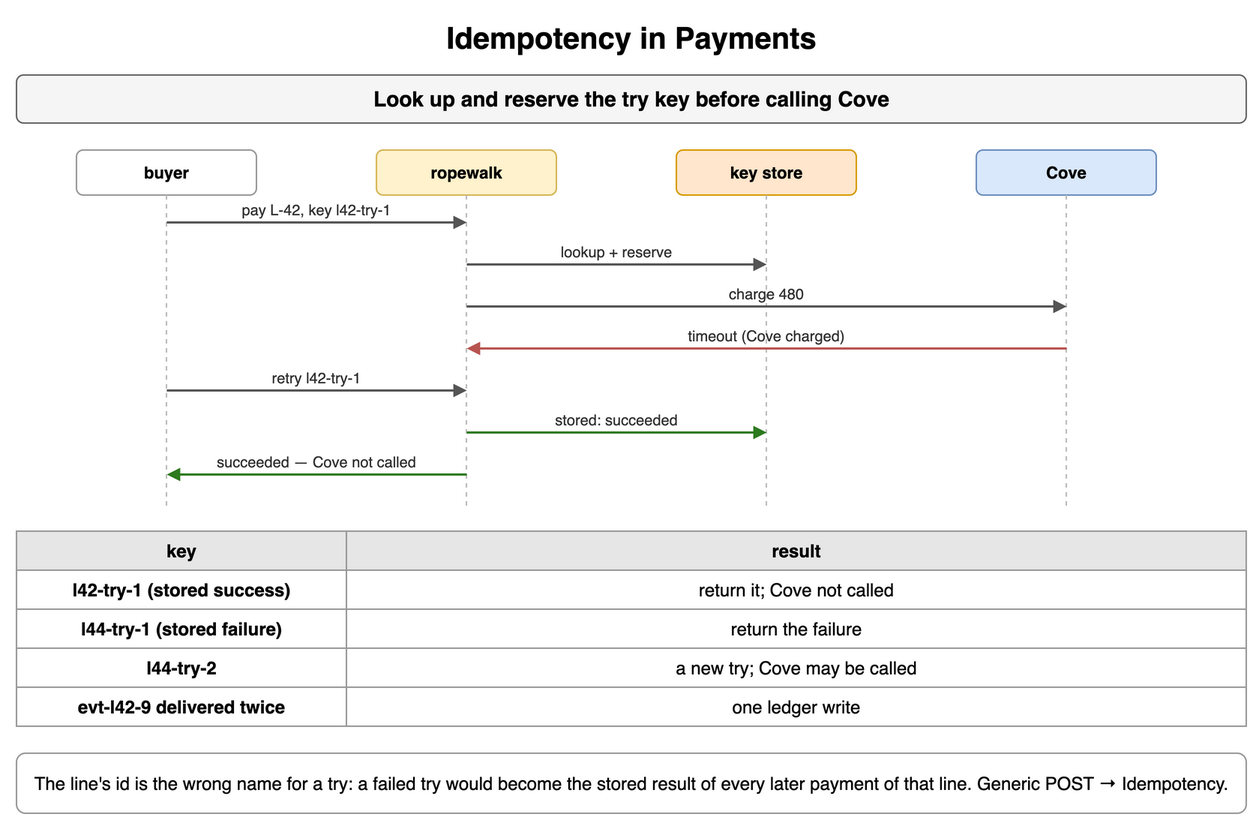
Above: content/09_System_Design_Interview/23_Payment_and_Financial_Systems/diagrams/payments-1-idempotency-in-payments.png in amendez13/swe-study-guide (draw.io), before the change. Source tidied: cells renumbered, new cells last; positions are measured from the earlier drawing's top-left corner, leaving out a move shared by most shapes.
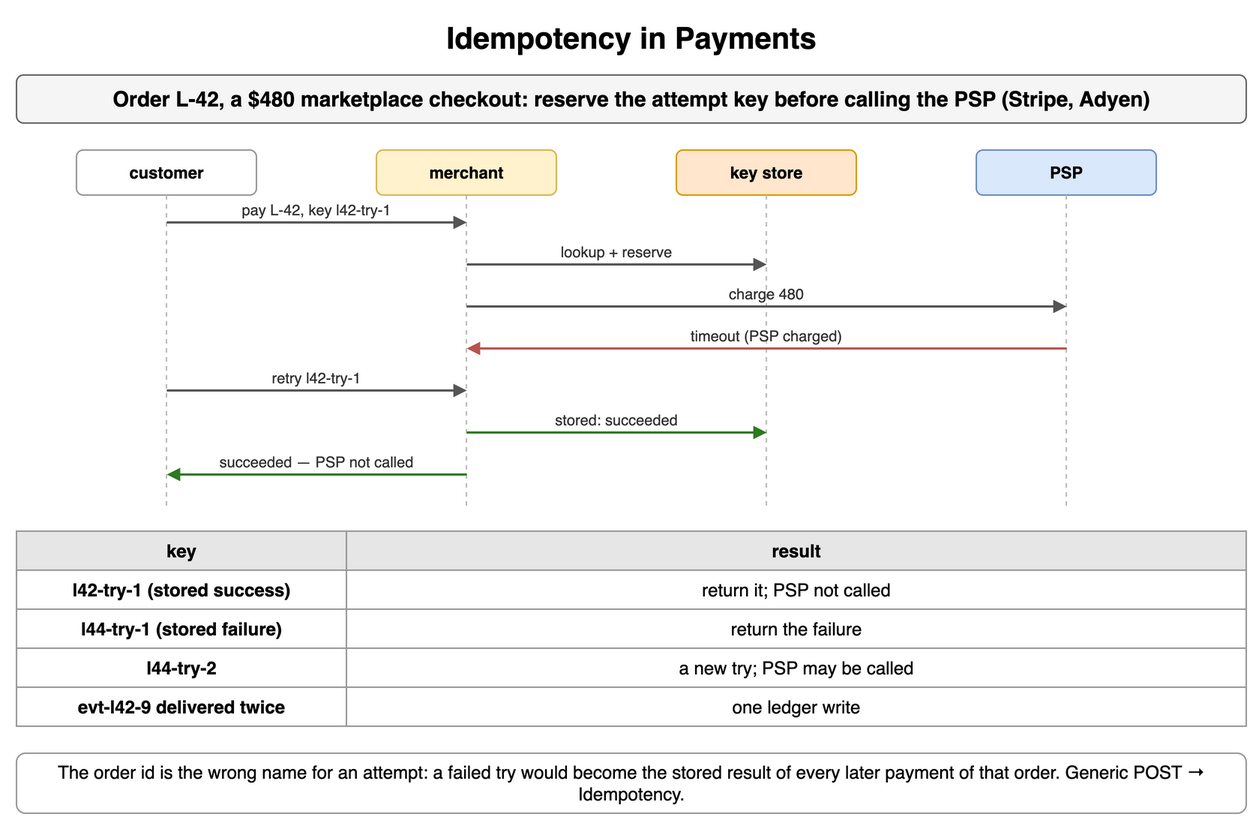
The same file after the commit.

What changed in the source:
```diff
@@ -5,19 +5,19 @@
     <mxCell id="2" value="Idempotency in Payments" style="text;html=1;align=center;verticalAlign=middle;whiteSpace=wrap;fontSize=20;fontStyle=1;" parent="1" vertex="1">
       <mxGeometry width="820" height="30" as="geometry" />
     </mxCell>
-    <mxCell id="3" value="Look up and reserve the try key before calling Cove" style="rounded=1;whiteSpace=wrap;html=1;fillColor=#f5f5f5;strokeColor=#666666;fontStyle=1;fontSize=14;" parent="1" vertex="1">
+    <mxCell id="3" value="Order L-42, a $480 marketplace checkout: reserve the attempt key before calling the PSP (Stripe, Adyen)" style="rounded=1;whiteSpace=wrap;html=1;fillColor=#f5f5f5;strokeColor=#666666;fontStyle=1;fontSize=14;" parent="1" vertex="1">
       <mxGeometry y="40" width="820" height="32" as="geometry" />
     </mxCell>
-    <mxCell id="4" value="buyer" style="rounded=1;whiteSpace=wrap;html=1;fillColor=#ffffff;strokeColor=#999999;fontSize=11;align=center;fontStyle=1;" parent="1" vertex="1">
+    <mxCell id="4" value="customer" style="rounded=1;whiteSpace=wrap;html=1;fillColor=#ffffff;strokeColor=#999999;fontSize=11;align=center;fontStyle=1;" parent="1" vertex="1">
       <mxGeometry x="40" y="90" width="120" height="30" as="geometry" />
     </mxCell>
-    <mxCell id="5" value="ropewalk" style="rounded=1;whiteSpace=wrap;html=1;fillColor=#fff2cc;strokeColor=#d6b656;fontSize=11;align=center;fontStyle=1;" parent="1" vertex="1">
+    <mxCell id="5" value="merchant" style="rounded=1;whiteSpace=wrap;html=1;fillColor=#fff2cc;strokeColor=#d6b656;fontSize=11;align=center;fontStyle=1;" parent="1" vertex="1">
       <mxGeometry x="240" y="90" width="120" height="30" as="geometry" />
     </mxCell>
     <mxCell id="6" value="key store" style="rounded=1;whiteSpace=wrap;html=1;fillColor=#ffe6cc;strokeColor=#d79b00;fontSize=11;align=center;fontStyle=1;" parent="1" vertex="1">
       <mxGeometry x="440" y="90" width="120" height="30" as="geometry" />
     </mxCell>
-    <mxCell id="7" value="Cove" style="rounded=1;whiteSpace=wrap;html=1;fillColor=#dae8fc;strokeColor=#6c8ebf;fontSize=11;align=center;fontStyle=1;" parent="1" vertex="1">
+    <mxCell id="7" value="PSP" style="rounded=1;whiteSpace=wrap;html=1;fillColor=#dae8fc;strokeColor=#6c8ebf;fontSize=11;align=center;fontStyle=1;" parent="1" vertex="1">
       <mxGeometry x="640" y="90" width="120" height="30" as="geometry" />
     </mxCell>
     <mxCell id="8" style="endArrow=none;html=1;strokeColor=#bbbbbb;dashed=1;" parent="1" edge="1">
@@ -77,7 +77,7 @@
         <mxPoint x="300" y="222" as="targetPoint" />
       </mxGeometry>
     </mxCell>
-    <mxCell id="19" value="timeout (Cove charged)" style="text;html=1;whiteSpace=wrap;fontSize=11;align=center;verticalAlign=middle;fontSize=10;fontColor=#333333;" parent="1" vertex="1">
+    <mxCell id="19" value="timeout (PSP charged)" style="text;html=1;whiteSpace=wrap;fontSize=11;align=center;verticalAlign=middle;fontSize=10;fontColor=#333333;" parent="1" vertex="1">
       <mxGeometry x="304" y="206" width="392" height="15" as="geometry" />
     </mxCell>
     <mxCell id="20" style="endArrow=block;endSize=6;html=1;strokeWidth=1.5;strokeColor=#555555;fontSize=11;labelBackgroundColor=#ffffff;endSize=5;" parent="1" edge="1">
@@ -104,7 +104,7 @@
         <mxPoint x="100" y="306" as="targetPoint" />
       </mxGeometry>
     </mxCell>
-    <mxCell id="25" value="succeeded — Cove not called" style="text;html=1;whiteSpace=wrap;fontSize=11;align=center;verticalAlign=middle;fontSize=10;fontColor=#333333;" parent="1" vertex="1">
+    <mxCell id="25" value="succeeded — PSP not called" style="text;html=1;whiteSpace=wrap;fontSize=11;align=center;verticalAlign=middle;fontSize=10;fontColor=#333333;" parent="1" vertex="1">
       <mxGeometry x="104" y="290" width="192" height="15" as="geometry" />
     </mxCell>
     <mxCell id="26" value="key" style="whiteSpace=wrap;html=1;fillColor=#e6e6e6;strokeColor=#999999;fontStyle=1;fontSize=12;" parent="1" vertex="1">
@@ -116,7 +116,7 @@
     <mxCell id="28" value="l42-try-1 (stored success)" style="whiteSpace=wrap;html=1;strokeColor=#999999;fontSize=12;fillColor=#ffffff;fontStyle=1;" parent="1" vertex="1">
       <mxGeometry y="370" width="220" height="26" as="geometry" />
     </mxCell>
-    <mxCell id="29" value="return it; Cove not called" style="whiteSpace=wrap;html=1;strokeColor=#999999;fontSize=12;fillColor=#ffffff;" parent="1" vertex="1">
+    <mxCell id="29" value="return it; PSP not called" style="whiteSpace=wrap;html=1;strokeColor=#999999;fontSize=12;fillColor=#ffffff;" parent="1" vertex="1">
       <mxGeometry x="220" y="370" width="600" height="26" as="geometry" />
     </mxCell>
     <mxCell id="30" value="l44-try-1 (stored failure)" style="whiteSpace=wrap;html=1;strokeColor=#999999;fontSize=12;fillColor=#ffffff;fontStyle=1;" parent="1" vertex="1">
@@ -128,7 +128,7 @@
     <mxCell id="32" value="l44-try-2" style="whiteSpace=wrap;html=1;strokeColor=#999999;fontSize=12;fillColor=#ffffff;fontStyle=1;" parent="1" vertex="1">
       <mxGeometry y="422" width="220" height="26" as="geometry" />
     </mxCell>
-    <mxCell id="33" value="a new try; Cove may be called" style="whiteSpace=wrap;html=1;strokeColor=#999999;fontSize=12;fillColor=#ffffff;" parent="1" vertex="1">
+    <mxCell id="33" value="a new try; PSP may be called" style="whiteSpace=wrap;html=1;strokeColor=#999999;fontSize=12;fillColor=#ffffff;" parent="1" vertex="1">
       <mxGeometry x="220" y="422" width="600" height="26" as="geometry" />
     </mxCell>
     <mxCell id="34" value="evt-l42-9 delivered twice" style="whiteSpace=wrap;html=1;strokeColor=#999999;fontSize=12;fillColor=#ffffff;fontStyle=1;" parent="1" vertex="1">
@@ -137,7 +137,7 @@
     <mxCell id="35" value="one ledger write" style="whiteSpace=wrap;html=1;strokeColor=#999999;fontSize=12;fillColor=#ffffff;" parent="1" vertex="1">
       <mxGeometry x="220" y="448" width="600" height="26" as="geometry" />
     </mxCell>
-    <mxCell id="36" value="The line's id is the wrong name for a try: a failed try would become the stored result of every later payment of that line. Generic POST → Idempotency." style="rounded=1;whiteSpace=wrap;html=1;fillColor=#ffffff;strokeColor=#999999;fontSize=12;align=center;" parent="1" vertex="1">
+    <mxCell id="36" value="The order id is the wrong name for an attempt: a failed try would become the stored result of every later payment of that order. Generic POST → Idempotency." style="rounded=1;whiteSpace=wrap;html=1;fillColor=#ffffff;strokeColor=#999999;fontSize=12;align=center;" parent="1" vertex="1">
       <mxGeometry y="492" width="820" height="40" as="geometry" />
     </mxCell>
   </root>
```
